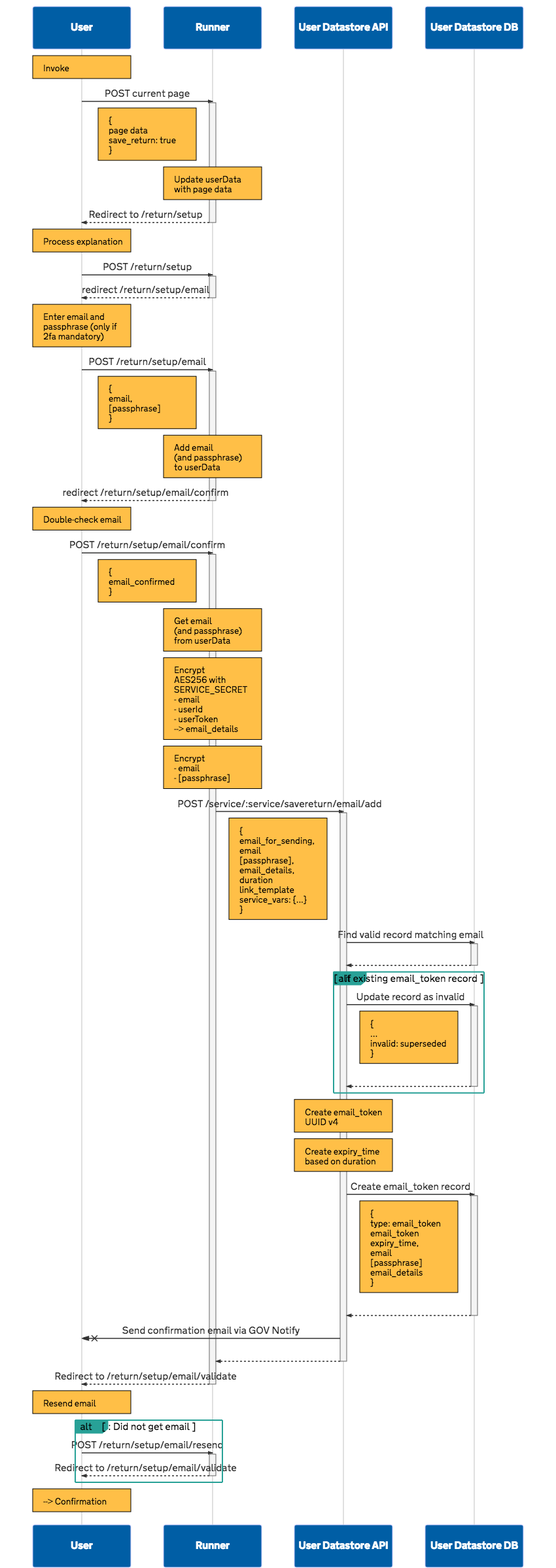
Earlier version of the Mermaid export documentation/running/save-and-return/images/return--setup--email-add.png (ministryofjustice/form-builder). Its source is kept beside it as documentation/running/save-and-return/files/return--setup--email-add.mmd.
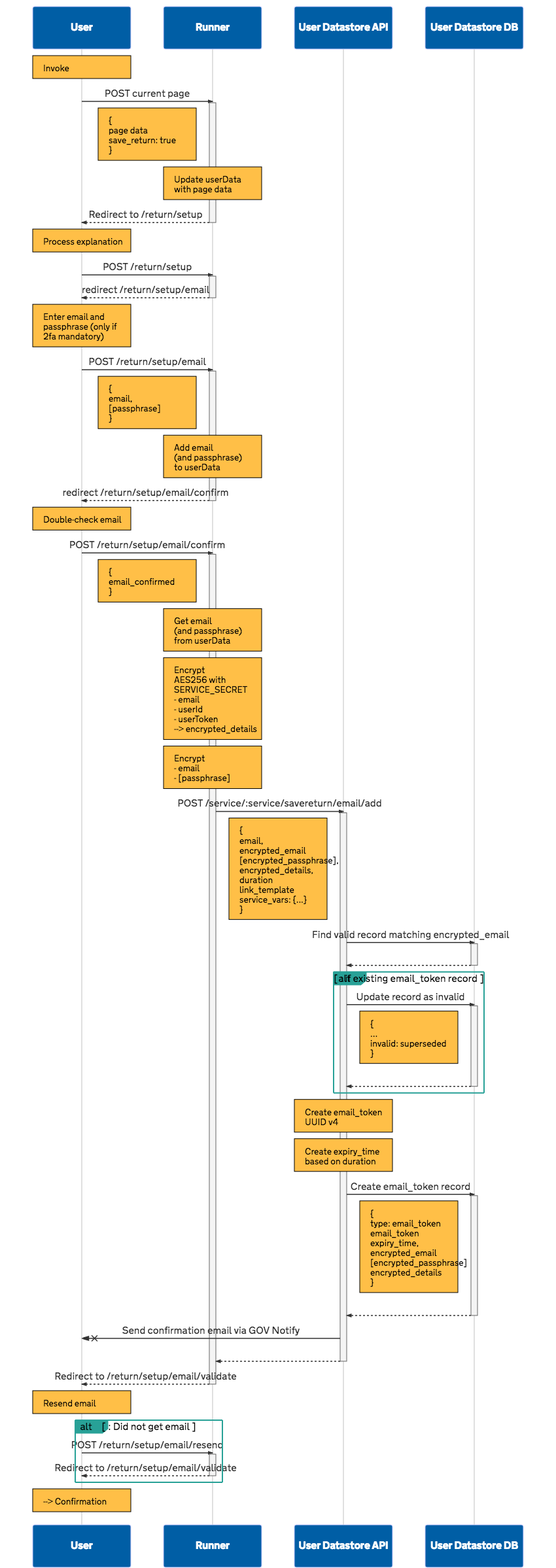
After the change.

Diff of the diagram source:
```diff
@@ -41,15 +41,15 @@
 Note right of U: {<br>email_confirmed<br>}
 
 Note over R: Get email <br>(and passphrase) <br>from userData
-Note over R: Encrypt<br>AES256 with<br>SERVICE_SECRET<br>- email<br>- userId<br>- userToken<br><br>--> email_details
+Note over R: Encrypt<br>AES256 with<br>SERVICE_SECRET<br>- email<br>- userId<br>- userToken<br><br>--> encrypted_details
 
 Note over R: Encrypt <br>- email<br>- [passphrase]
 
 R->>+DS: POST /service/:service/savereturn/email/add
 
-Note right of R: {<br>email_for_sending,<br>email<br>[passphrase],<br>email_details,<br>duration<br>link_template<br>service_vars: {...}<br>}
+Note right of R: {<br>email,<br>encrypted_email<br>[encrypted_passphrase],<br>encrypted_details,<br>duration<br>link_template<br>service_vars: {...}<br>}
 
-DS->>+DB: Find valid record matching email
+DS->>+DB: Find valid record matching encrypted_email
 
 DB-->>-DS:
 
@@ -69,7 +69,7 @@
 
 DS->>+DB: Create email_token record
 
-Note right of DS: { <br>type: email_token<br>email_token<br>expiry_time,<br>email<br>[passphrase]<br>email_details<br> }
+Note right of DS: { <br>type: email_token<br>email_token<br>expiry_time,<br>encrypted_email<br>[encrypted_passphrase]<br>encrypted_details<br> }
 
 DB-->>-DS:
 
```
